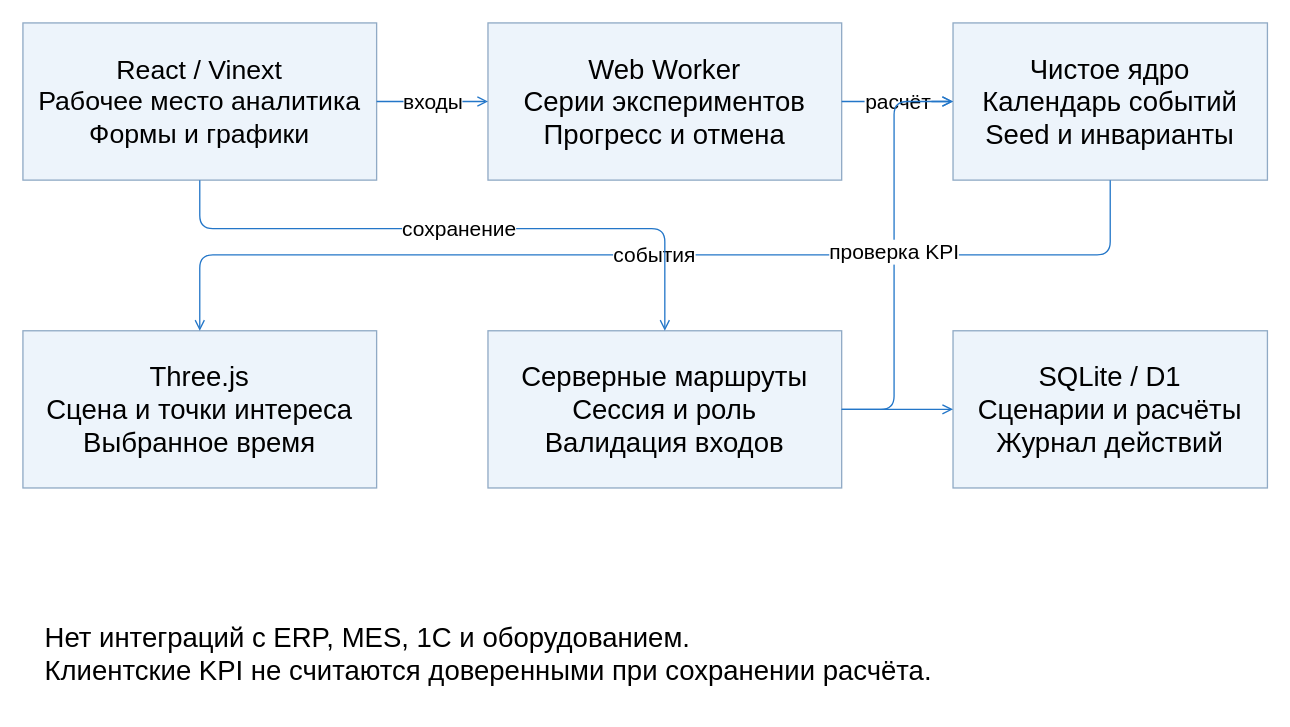
code7-8/potok-digital-twin keeps this draw.io diagram as docs/diagrams/08-architecture.drawio. Above is the earlier version. Source tidied: cells renumbered, new cells numbered last; positions are measured from the earlier drawing's top-left corner, leaving out a move shared by most shapes. Both pictures are drawn from the tidied source at 131%, with x=0, y=0 at pixel (22, 22).
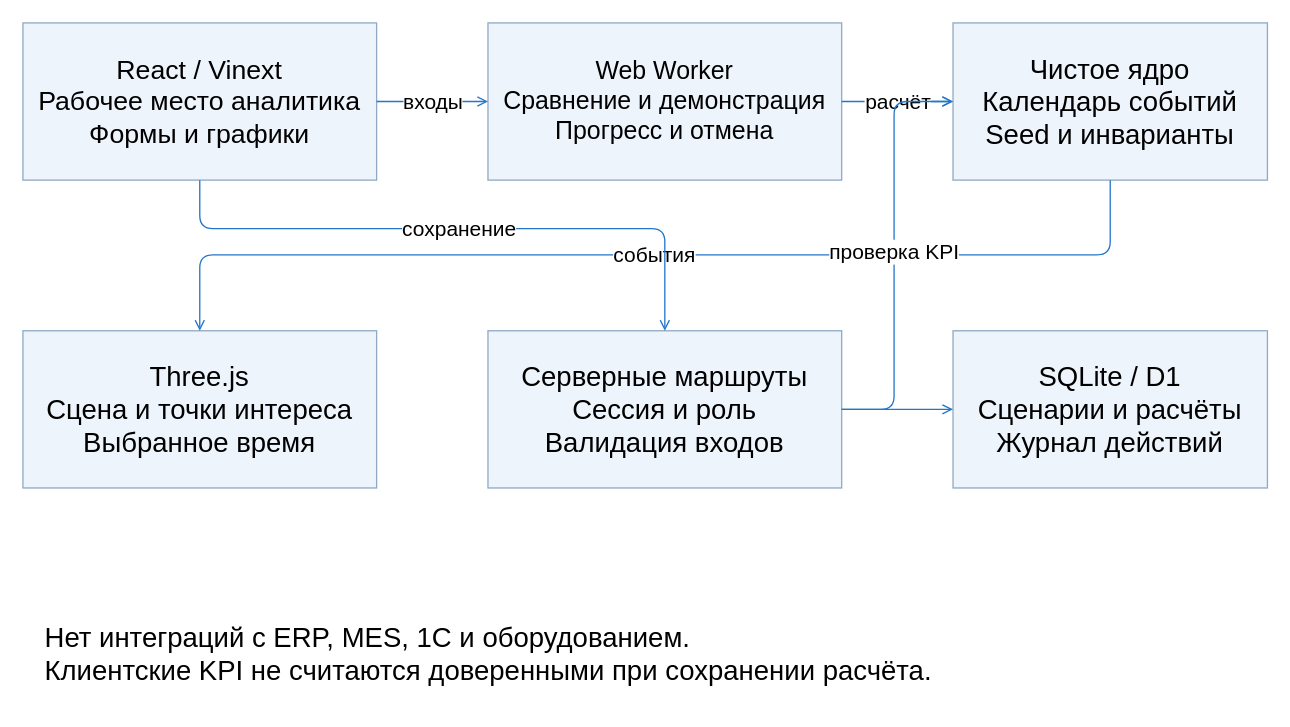
The same diagram, later.

Diff of the diagram source:
```diff
@@
 <mxGraphModel>
   <root>
     <mxCell id="0" />
     <mxCell id="1" parent="0" />
     <mxCell id="2" value="React / Vinext&lt;br&gt;Рабочее место аналитика&lt;br&gt;Формы и графики" style="whiteSpace=wrap;html=1;fontFamily=Arial;fontSize=20.37869822485207;strokeColor=#90AAC5;fillColor=#EDF4FB;" parent="1" vertex="1">
       <mxGeometry width="270" height="120" as="geometry" />
     </mxCell>
-    <mxCell id="3" value="Web Worker&lt;br&gt;Серии экспериментов&lt;br&gt;Прогресс и отмена" style="whiteSpace=wrap;html=1;fontFamily=Arial;fontSize=21;strokeColor=#90AAC5;fillColor=#EDF4FB;" parent="1" vertex="1">
+    <mxCell id="3" value="Web Worker&lt;br&gt;Сравнение и демонстрация&lt;br&gt;Прогресс и отмена" style="whiteSpace=wrap;html=1;fontFamily=Arial;fontSize=19.01921836708371;strokeColor=#90AAC5;fillColor=#EDF4FB;" parent="1" vertex="1">
       <mxGeometry x="355" width="270" height="120" as="geometry" />
     </mxCell>
     <mxCell id="4" value="Чистое ядро&lt;br&gt;Календарь событий&lt;br&gt;Seed и инварианты" style="whiteSpace=wrap;html=1;fontFamily=Arial;fontSize=21;strokeColor=#90AAC5;fillColor=#EDF4FB;" parent="1" vertex="1">
       <mxGeometry x="710" width="240" height="120" as="geometry" />
     </mxCell>
     <mxCell id="5" value="Three.js&lt;br&gt;Сцена и точки интереса&lt;br&gt;Выбранное время" style="whiteSpace=wrap;html=1;fontFamily=Arial;fontSize=21;strokeColor=#90AAC5;fillColor=#EDF4FB;" parent="1" vertex="1">
       <mxGeometry y="235" width="270" height="120" as="geometry" />
     </mxCell>
     <mxCell id="6" value="Серверные маршруты&lt;br&gt;Сессия и роль&lt;br&gt;Валидация входов" style="whiteSpace=wrap;html=1;fontFamily=Arial;fontSize=21;strokeColor=#90AAC5;fillColor=#EDF4FB;" parent="1" vertex="1">
       <mxGeometry x="355" y="235" width="270" height="120" as="geometry" />
     </mxCell>
     <mxCell id="7" value="SQLite / D1&lt;br&gt;Сценарии и расчёты&lt;br&gt;Журнал действий" style="whiteSpace=wrap;html=1;fontFamily=Arial;fontSize=21;strokeColor=#90AAC5;fillColor=#EDF4FB;" parent="1" vertex="1">
       <mxGeometry x="710" y="235" width="240" height="120" as="geometry" />
     </mxCell>
     <mxCell id="8" value="Нет интеграций с ERP, MES, 1С и оборудованием.&lt;br&gt;Клиентские KPI не считаются доверенными при сохранении расчёта." style="whiteSpace=wrap;html=1;fontFamily=Arial;fontSize=21;strokeColor=#90AAC5;fillColor=#EDF4FB;text;strokeColor=none;fillColor=none;" parent="1" vertex="1">
       <mxGeometry x="15" y="450" width="900" height="70" as="geometry" />
     </mxCell>
     <mxCell id="9" value="входы" style="edgeStyle=orthogonalEdgeStyle;endArrow=open;endFill=0;html=1;strokeColor=#2376C8;dashed=0;fontSize=16;" parent="1" edge="1" source="2" target="3">
       <mxGeometry relative="1" as="geometry" />
     </mxCell>
     <mxCell id="10" value="расчёт" style="edgeStyle=orthogonalEdgeStyle;endArrow=open;endFill=0;html=1;strokeColor=#2376C8;dashed=0;fontSize=16;" parent="1" edge="1" source="3" target="4">
       <mxGeometry relative="1" as="geometry" />
     </mxCell>
     <mxCell id="11" value="события" style="edgeStyle=orthogonalEdgeStyle;endArrow=open;endFill=0;html=1;strokeColor=#2376C8;dashed=0;fontSize=16;" parent="1" edge="1" source="4" target="5">
       <mxGeometry relative="1" as="geometry">
         <Array as="points">
           <mxPoint x="830" y="177" />
           <mxPoint x="135" y="177" />
         </Array>
       </mxGeometry>
     </mxCell>
     <mxCell id="12" value="сохранение" style="edgeStyle=orthogonalEdgeStyle;endArrow=open;endFill=0;html=1;strokeColor=#2376C8;dashed=0;fontSize=16;" parent="1" edge="1" source="2" target="6">
       <mxGeometry relative="1" as="geometry">
         <Array as="points">
           <mxPoint x="135" y="157" />
           <mxPoint x="490" y="157" />
         </Array>
       </mxGeometry>
     </mxCell>
     <mxCell id="13" style="edgeStyle=orthogonalEdgeStyle;endArrow=open;endFill=0;html=1;strokeColor=#2376C8;dashed=0;fontSize=16;" parent="1" edge="1" source="6" target="7">
       <mxGeometry relative="1" as="geometry" />
     </mxCell>
     <mxCell id="14" value="проверка KPI" style="edgeStyle=orthogonalEdgeStyle;endArrow=open;endFill=0;html=1;strokeColor=#2376C8;dashed=0;fontSize=16;" parent="1" edge="1" source="6" target="4">
       <mxGeometry relative="1" as="geometry">
         <Array as="points">
           <mxPoint x="665" y="295" />
           <mxPoint x="665" y="60" />
         </Array>
       </mxGeometry>
     </mxCell>
   </root>
 </mxGraphModel>
```
